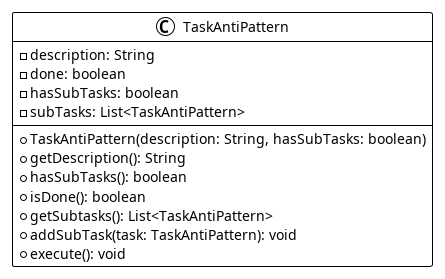
Before: padroes-de-projeto/diagrams/composite_antipattern.png, a diagram exported from PlantUML (dutrajy/bertoti).
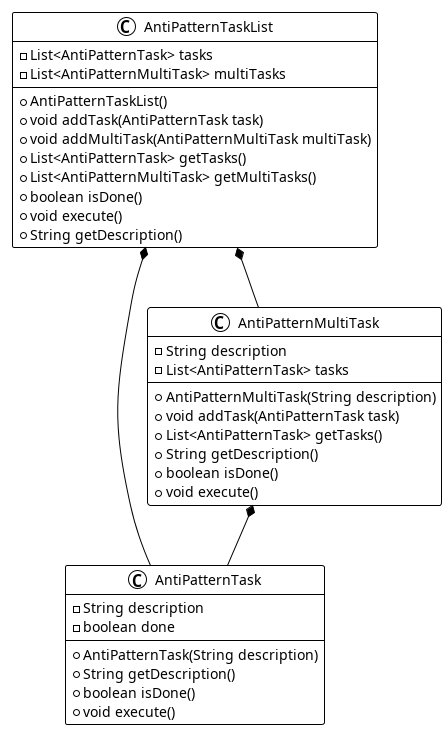
Later version of the same file.

The edit, as a diff of the source:
```diff
@@ -1,19 +1,40 @@
 @startuml
 !theme plain
 
-class TaskAntiPattern {
-    - description: String
-    - done: boolean
-    - hasSubTasks: boolean
-    - subTasks: List<TaskAntiPattern>
-
-    + TaskAntiPattern(description: String, hasSubTasks: boolean)
-    + getDescription(): String
-    + hasSubTasks(): boolean
-    + isDone(): boolean
-    + getSubtasks(): List<TaskAntiPattern>
-    + addSubTask(task: TaskAntiPattern): void
-    + execute(): void
+class AntiPatternTaskList {
+    - List<AntiPatternTask> tasks
+    - List<AntiPatternMultiTask> multiTasks
+    + AntiPatternTaskList()
+    + void addTask(AntiPatternTask task)
+    + void addMultiTask(AntiPatternMultiTask multiTask)
+    + List<AntiPatternTask> getTasks()
+    + List<AntiPatternMultiTask> getMultiTasks()
+    + boolean isDone()
+    + void execute()
+    + String getDescription()
 }
 
+class AntiPatternTask {
+    - String description
+    - boolean done
+    + AntiPatternTask(String description)
+    + String getDescription()
+    + boolean isDone()
+    + void execute()
+}
+
+class AntiPatternMultiTask {
+    - String description
+    - List<AntiPatternTask> tasks
+    + AntiPatternMultiTask(String description)
+    + void addTask(AntiPatternTask task)
+    + List<AntiPatternTask> getTasks()
+    + String getDescription()
+    + boolean isDone()
+    + void execute()
+}
+
+AntiPatternTaskList *-- AntiPatternTask
+AntiPatternTaskList *-- AntiPatternMultiTask
+AntiPatternMultiTask *-- AntiPatternTask
 @enduml
```
